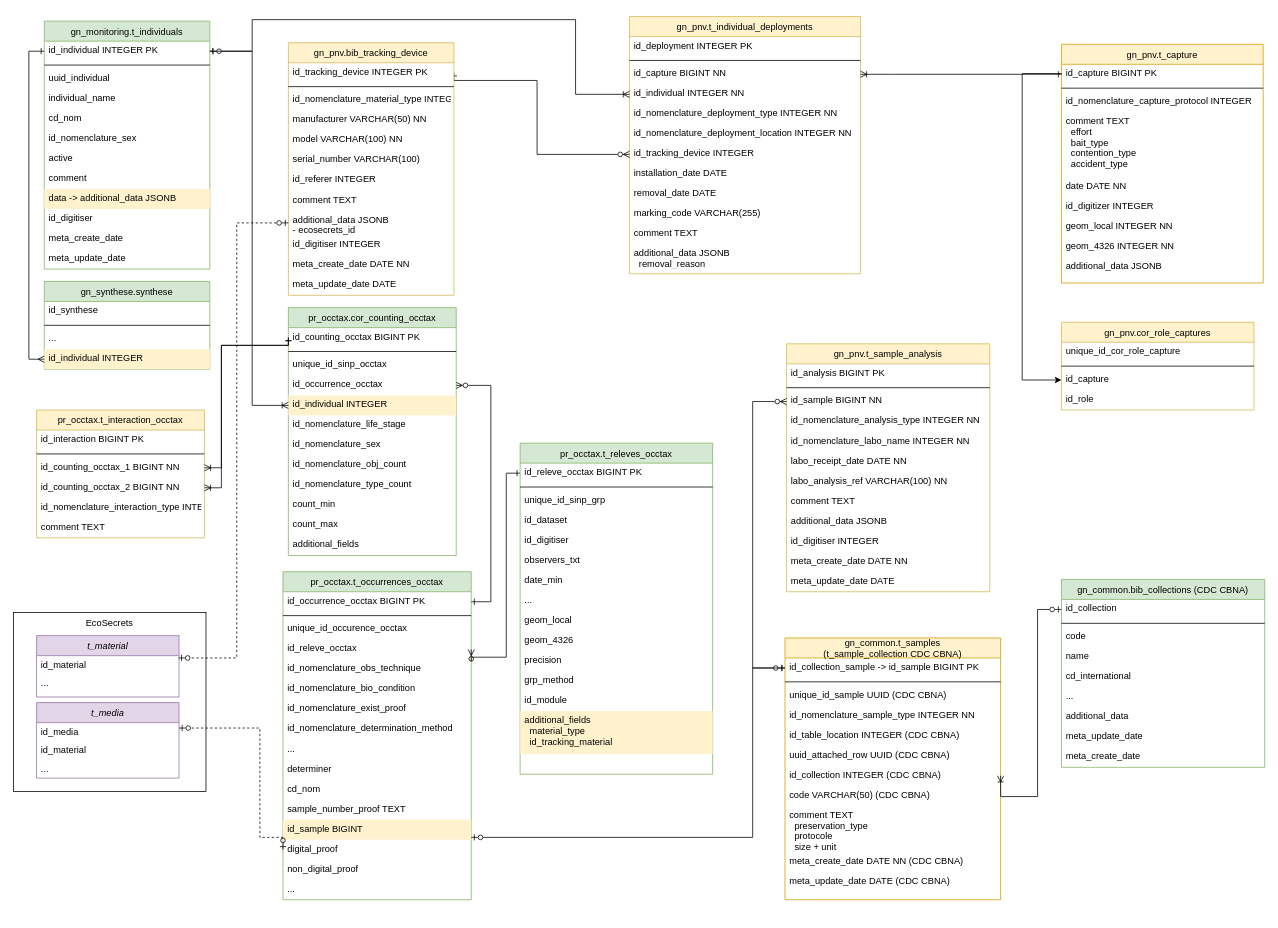
Above: cahier-des-charges/MCD/V4-gn/gestion-individus_v4-3.drawio in PnVanoise/gestion-individus (draw.io), before the change. Source tidied: cells renumbered, new cells numbered last; positions are measured from the earlier drawing's top-left corner, leaving out a move shared by most shapes. Both pictures are drawn from the tidied source at 77%, with x=0, y=0 at pixel (13, 16).
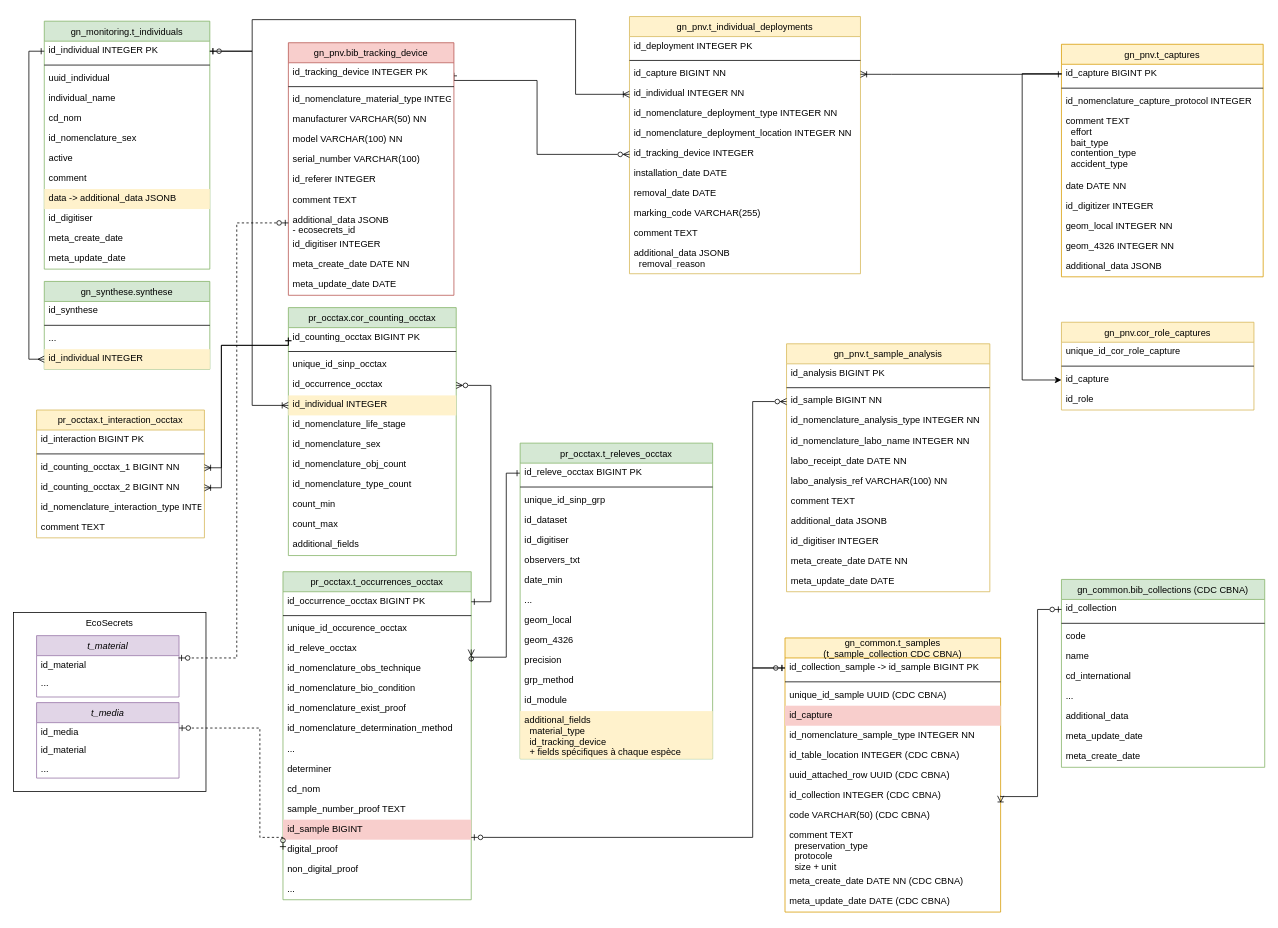
After the change.

Commit message (it also covers changes not shown here):
New MDC version and dev organisation

Unchanged cells that the change refers to:
```xml
<mxCell id="28" value="pr_occtax.t_occurrences_occtax" style="swimlane;fontStyle=0;horizontal=1;startSize=26;fillColor=#d5e8d4;swimlaneFillColor=default;align=center;strokeColor=#82b366;" parent="1" vertex="1">
  <mxGeometry x="350" y="721" width="244.5" height="426" as="geometry" />
</mxCell>
```

The edit, as a diff of the source:
```diff
@@
-    <mxCell id="41" value="id_sample BIGINT" style="shape=partialRectangle;top=0;left=0;right=0;bottom=0;align=left;verticalAlign=top;spacingTop=-2;fillColor=#fff2cc;spacingLeft=4;spacingRight=4;overflow=hidden;points=[[0,0.5],[1,0.5]];portConstraint=eastwest;fontStyle=0;strokeColor=#d6b656;" parent="28" vertex="1">
+    <mxCell id="41" value="id_sample BIGINT" style="shape=partialRectangle;top=0;left=0;right=0;bottom=0;align=left;verticalAlign=top;spacingTop=-2;fillColor=#f8cecc;spacingLeft=4;spacingRight=4;overflow=hidden;points=[[0,0.5],[1,0.5]];portConstraint=eastwest;fontStyle=0;strokeColor=#b85450;" parent="28" vertex="1">
       <mxGeometry y="322" width="244.5" height="26" as="geometry" />
     </mxCell>
@@
-    <mxCell id="59" value="gn_pnv.t_capture" style="swimlane;fontStyle=0;horizontal=1;startSize=26;fillColor=#FFF2CC;swimlaneFillColor=default;align=center;strokeColor=#d79b00;" parent="1" vertex="1">
-      <mxGeometry x="1361" y="36" width="262" height="310" as="geometry" />
+    <mxCell id="59" value="gn_pnv.t_captures" style="swimlane;fontStyle=0;horizontal=1;startSize=26;fillColor=#FFF2CC;swimlaneFillColor=default;align=center;strokeColor=#d79b00;" parent="1" vertex="1">
+      <mxGeometry x="1361" y="36" width="262" height="302" as="geometry" />
     </mxCell>
@@
     <mxCell id="69" value="gn_common.t_samples&#10;(t_sample_collection CDC CBNA)" style="swimlane;fontStyle=0;horizontal=1;startSize=26;fillColor=#FFF2CC;swimlaneFillColor=default;align=center;strokeColor=#d79b00;" parent="1" vertex="1">
-      <mxGeometry x="1002" y="807" width="280" height="340" as="geometry" />
+      <mxGeometry x="1002" y="807" width="280" height="356" as="geometry" />
     </mxCell>
@@
+    <mxCell id="172" value="id_capture" style="shape=partialRectangle;top=0;left=0;right=0;bottom=0;align=left;verticalAlign=top;spacingTop=-2;fillColor=#f8cecc;spacingLeft=4;spacingRight=4;overflow=hidden;strokeColor=#b85450;perimeterSpacing=0;fontStyle=0;" parent="69" vertex="1">
+      <mxGeometry y="88" width="280" height="26" as="geometry" />
+    </mxCell>
     <mxCell id="73" value="id_nomenclature_sample_type INTEGER NN" style="shape=partialRectangle;top=0;left=0;right=0;bottom=0;align=left;verticalAlign=top;spacingTop=-2;fillColor=none;spacingLeft=4;spacingRight=4;overflow=hidden;" parent="69" vertex="1">
-      <mxGeometry y="88" width="280" height="26" as="geometry" />
+      <mxGeometry y="114" width="280" height="26" as="geometry" />
     </mxCell>
     <mxCell id="74" value="id_table_location INTEGER (CDC CBNA)" style="shape=partialRectangle;top=0;left=0;right=0;bottom=0;align=left;verticalAlign=top;spacingTop=-2;fillColor=none;spacingLeft=4;spacingRight=4;overflow=hidden;" parent="69" vertex="1">
-      <mxGeometry y="114" width="280" height="26" as="geometry" />
+      <mxGeometry y="140" width="280" height="26" as="geometry" />
     </mxCell>
     <mxCell id="75" value="uuid_attached_row UUID (CDC CBNA)" style="shape=partialRectangle;top=0;left=0;right=0;bottom=0;align=left;verticalAlign=top;spacingTop=-2;fillColor=none;spacingLeft=4;spacingRight=4;overflow=hidden;" parent="69" vertex="1">
-      <mxGeometry y="140" width="280" height="26" as="geometry" />
+      <mxGeometry y="166" width="280" height="26" as="geometry" />
     </mxCell>
     <mxCell id="76" value="id_collection INTEGER (CDC CBNA)" style="shape=partialRectangle;top=0;left=0;right=0;bottom=0;align=left;verticalAlign=top;spacingTop=-2;fillColor=none;spacingLeft=4;spacingRight=4;overflow=hidden;points=[[0,0.5],[1,0.5]];portConstraint=eastwest;strokeColor=default;perimeterSpacing=0;fontStyle=0;" parent="69" vertex="1">
-      <mxGeometry y="166" width="280" height="26" as="geometry" />
+      <mxGeometry y="192" width="280" height="26" as="geometry" />
     </mxCell>
     <mxCell id="77" value="code VARCHAR(50) (CDC CBNA)" style="shape=partialRectangle;top=0;left=0;right=0;bottom=0;align=left;verticalAlign=top;spacingTop=-2;fillColor=none;spacingLeft=4;spacingRight=4;overflow=hidden;strokeColor=default;perimeterSpacing=0;fontStyle=0;" parent="69" vertex="1">
-      <mxGeometry y="192" width="280" height="26" as="geometry" />
+      <mxGeometry y="218" width="280" height="26" as="geometry" />
     </mxCell>
     <mxCell id="78" value="comment TEXT&#10;  preservation_type&#10;  protocole&#10;  size + unit" style="shape=partialRectangle;top=0;left=0;right=0;bottom=0;align=left;verticalAlign=top;spacingTop=-2;fillColor=none;spacingLeft=4;spacingRight=4;overflow=hidden;strokeColor=default;perimeterSpacing=0;fontStyle=0;" parent="69" vertex="1">
-      <mxGeometry y="218" width="280" height="60" as="geometry" />
+      <mxGeometry y="244" width="280" height="60" as="geometry" />
     </mxCell>
     <mxCell id="79" value="meta_create_date DATE NN (CDC CBNA)" style="shape=partialRectangle;top=0;left=0;right=0;bottom=0;align=left;verticalAlign=top;spacingTop=-2;fillColor=none;spacingLeft=4;spacingRight=4;overflow=hidden;strokeColor=default;perimeterSpacing=0;fontStyle=0;" parent="69" vertex="1">
-      <mxGeometry y="278" width="280" height="26" as="geometry" />
+      <mxGeometry y="304" width="280" height="26" as="geometry" />
     </mxCell>
     <mxCell id="80" value="meta_update_date DATE (CDC CBNA)" style="shape=partialRectangle;top=0;left=0;right=0;bottom=0;align=left;verticalAlign=top;spacingTop=-2;fillColor=none;spacingLeft=4;spacingRight=4;overflow=hidden;strokeColor=default;perimeterSpacing=0;fontStyle=0;" parent="69" vertex="1">
-      <mxGeometry y="304" width="280" height="26" as="geometry" />
+      <mxGeometry y="330" width="280" height="26" as="geometry" />
     </mxCell>
@@
     <mxCell id="122" value="pr_occtax.t_releves_occtax" style="swimlane;fontStyle=0;horizontal=1;startSize=26;fillColor=#d5e8d4;swimlaneFillColor=default;align=center;strokeColor=#82b366;" parent="1" vertex="1">
-      <mxGeometry x="658" y="554" width="250" height="430" as="geometry" />
+      <mxGeometry x="658" y="554" width="250" height="410" as="geometry" />
     </mxCell>
@@
-    <mxCell id="136" value="additional_fields&#10;  material_type&#10;  id_tracking_material" style="shape=partialRectangle;top=0;left=0;right=0;bottom=0;align=left;verticalAlign=top;spacingTop=-2;fillColor=#fff2cc;spacingLeft=4;spacingRight=4;overflow=hidden;strokeColor=#d6b656;" parent="122" vertex="1">
-      <mxGeometry y="348" width="250" height="56" as="geometry" />
+    <mxCell id="136" value="additional_fields&#10;  material_type&#10;  id_tracking_device&#10;  + fields spécifiques à chaque espèce" style="shape=partialRectangle;top=0;left=0;right=0;bottom=0;align=left;verticalAlign=top;spacingTop=-2;fillColor=#fff2cc;spacingLeft=4;spacingRight=4;overflow=hidden;strokeColor=#d6b656;" parent="122" vertex="1">
+      <mxGeometry y="348" width="250" height="62" as="geometry" />
     </mxCell>
-    <mxCell id="137" value="gn_pnv.bib_tracking_device" style="swimlane;fontStyle=0;horizontal=1;startSize=26;fillColor=#fff2cc;swimlaneFillColor=default;align=center;strokeColor=#d6b656;" parent="1" vertex="1">
+    <mxCell id="137" value="gn_pnv.bib_tracking_device" style="swimlane;fontStyle=0;horizontal=1;startSize=26;fillColor=#f8cecc;swimlaneFillColor=default;align=center;strokeColor=#b85450;" parent="1" vertex="1">
       <mxGeometry x="357" y="34" width="215" height="328" as="geometry" />
     </mxCell>
```
